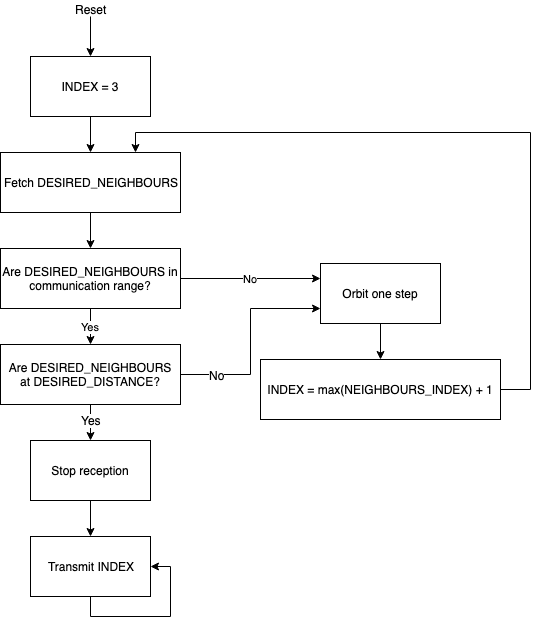
The draw.io diagram images/shape_formation.png in anuragg-in/kilobotics, before a commit. Source tidied: cells renumbered, new cells last; positions are measured from the earlier drawing's top-left corner, leaving out a move shared by most shapes.
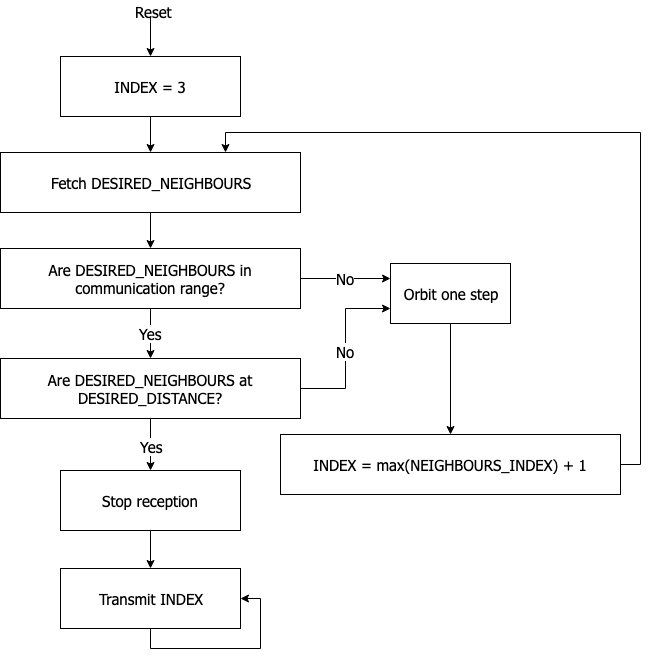
After the change.

Commit message:
code comments. shape formation update. added code to documentation.

The edit, as a diff of the source:
```diff
@@ -2,91 +2,86 @@
   <root>
     <mxCell id="0" />
     <mxCell id="1" parent="0" />
-    <mxCell id="2" style="edgeStyle=orthogonalEdgeStyle;rounded=0;jettySize=auto;html=1;labelBackgroundColor=#ffffff;" parent="1" edge="1" source="3" target="6">
+    <mxCell id="2" style="edgeStyle=orthogonalEdgeStyle;rounded=0;jettySize=auto;html=1;labelBackgroundColor=#ffffff;fontSize=15;fontFamily=Tahoma;" parent="1" edge="1" source="3" target="6">
       <mxGeometry relative="1" as="geometry" />
     </mxCell>
-    <mxCell id="3" value="INDEX = 3&lt;br&gt;" style="rounded=0;whiteSpace=wrap;html=1;labelBackgroundColor=#ffffff;" parent="1" vertex="1">
-      <mxGeometry x="30" y="56" width="120" height="60" as="geometry" />
+    <mxCell id="3" value="INDEX = 3&lt;br style=&quot;font-size: 15px;&quot;&gt;" style="rounded=0;whiteSpace=wrap;html=1;labelBackgroundColor=#ffffff;fontSize=15;fontFamily=Tahoma;" parent="1" vertex="1">
+      <mxGeometry y="56" width="180" height="60" as="geometry" />
     </mxCell>
-    <mxCell id="4" style="endArrow=classic;html=1;entryX=0.5;entryY=0;entryDx=0;entryDy=0;labelBackgroundColor=#ffffff;" parent="1" edge="1" target="3">
+    <mxCell id="4" style="endArrow=classic;html=1;entryX=0.5;entryY=0;entryDx=0;entryDy=0;labelBackgroundColor=#ffffff;fontSize=15;fontFamily=Tahoma;" parent="1" edge="1" target="3">
       <mxGeometry relative="1" as="geometry">
         <mxPoint x="90" y="16" as="sourcePoint" />
       </mxGeometry>
     </mxCell>
-    <mxCell id="5" style="edgeStyle=orthogonalEdgeStyle;rounded=0;jettySize=auto;html=1;labelBackgroundColor=#ffffff;" parent="1" edge="1" source="6" target="9">
+    <mxCell id="5" style="edgeStyle=orthogonalEdgeStyle;rounded=0;jettySize=auto;html=1;labelBackgroundColor=#ffffff;fontSize=15;fontFamily=Tahoma;" parent="1" edge="1" source="6" target="9">
       <mxGeometry relative="1" as="geometry" />
     </mxCell>
-    <mxCell id="6" value="Fetch DESIRED_NEIGHBOURS" style="rounded=0;whiteSpace=wrap;html=1;labelBackgroundColor=#ffffff;" parent="1" vertex="1">
-      <mxGeometry y="152" width="180" height="60" as="geometry" />
+    <mxCell id="6" value="Fetch DESIRED_NEIGHBOURS" style="rounded=0;whiteSpace=wrap;html=1;labelBackgroundColor=#ffffff;fontSize=15;fontFamily=Tahoma;" parent="1" vertex="1">
+      <mxGeometry x="-60" y="152" width="300" height="60" as="geometry" />
     </mxCell>
-    <mxCell id="7" value="Yes" style="edgeStyle=orthogonalEdgeStyle;rounded=0;jettySize=auto;html=1;labelBackgroundColor=#ffffff;" parent="1" edge="1" source="9" target="14">
+    <mxCell id="7" value="Yes" style="edgeStyle=orthogonalEdgeStyle;rounded=0;jettySize=auto;html=1;labelBackgroundColor=#ffffff;fontSize=15;fontFamily=Tahoma;" parent="1" edge="1" source="9" target="14">
       <mxGeometry relative="1" as="geometry" />
     </mxCell>
-    <mxCell id="8" value="No" style="edgeStyle=orthogonalEdgeStyle;rounded=0;orthogonalLoop=1;jettySize=auto;html=1;entryX=0;entryY=0.25;entryDx=0;entryDy=0;labelBackgroundColor=#ffffff;" parent="1" edge="1">
-      <mxGeometry relative="1" as="geometry">
-        <mxPoint x="180" y="278" as="sourcePoint" />
-        <mxPoint x="320" y="278" as="targetPoint" />
-      </mxGeometry>
+    <mxCell id="8" value="No" style="edgeStyle=orthogonalEdgeStyle;rounded=0;jettySize=auto;html=1;entryX=0;entryY=0.25;entryDx=0;entryDy=0;fontFamily=Tahoma;fontSize=15;" parent="1" edge="1" source="9" target="16">
+      <mxGeometry relative="1" as="geometry" />
     </mxCell>
-    <mxCell id="9" value="Are DESIRED_NEIGHBOURS in communication range?" style="rounded=0;whiteSpace=wrap;html=1;labelBackgroundColor=#ffffff;" parent="1" vertex="1">
-      <mxGeometry y="248" width="180" height="60" as="geometry" />
+    <mxCell id="9" value="Are DESIRED_NEIGHBOURS in communication range?" style="rounded=0;whiteSpace=wrap;html=1;labelBackgroundColor=#ffffff;fontSize=15;fontFamily=Tahoma;" parent="1" vertex="1">
+      <mxGeometry x="-60" y="248" width="300" height="60" as="geometry" />
     </mxCell>
-    <mxCell id="10" style="edgeStyle=orthogonalEdgeStyle;rounded=0;jettySize=auto;html=1;labelBackgroundColor=#ffffff;" parent="1" edge="1" source="14" target="20">
+    <mxCell id="10" style="edgeStyle=orthogonalEdgeStyle;rounded=0;jettySize=auto;html=1;labelBackgroundColor=#ffffff;fontSize=15;fontFamily=Tahoma;" parent="1" edge="1" source="14" target="20">
       <mxGeometry relative="1" as="geometry" />
     </mxCell>
-    <mxCell id="11" value="Yes" style="text;html=1;align=center;verticalAlign=middle;labelBackgroundColor=#ffffff;" parent="10" vertex="1">
+    <mxCell id="11" value="Yes" style="text;html=1;align=center;verticalAlign=middle;labelBackgroundColor=#ffffff;fontSize=15;fontFamily=Tahoma;" parent="10" vertex="1">
       <mxGeometry x="0.09" y="4" relative="1" as="geometry">
         <mxPoint x="-4" y="-1" as="offset" />
       </mxGeometry>
     </mxCell>
-    <mxCell id="12" style="edgeStyle=orthogonalEdgeStyle;rounded=0;jettySize=auto;html=1;entryX=0;entryY=0.75;entryDx=0;entryDy=0;labelBackgroundColor=#ffffff;" parent="1" edge="1" source="14" target="16">
+    <mxCell id="12" style="edgeStyle=orthogonalEdgeStyle;rounded=0;jettySize=auto;html=1;entryX=0;entryY=0.75;entryDx=0;entryDy=0;labelBackgroundColor=#ffffff;fontSize=15;fontFamily=Tahoma;" parent="1" edge="1" source="14" target="16">
       <mxGeometry relative="1" as="geometry" />
     </mxCell>
-    <mxCell id="13" value="No" style="text;html=1;align=center;verticalAlign=middle;labelBackgroundColor=#ffffff;" parent="12" vertex="1">
-      <mxGeometry x="-0.8" relative="1" as="geometry">
-        <mxPoint x="15" as="offset" />
-      </mxGeometry>
+    <mxCell id="13" value="No" style="text;html=1;align=center;verticalAlign=middle;labelBackgroundColor=#ffffff;fontSize=15;fontFamily=Tahoma;" parent="12" vertex="1">
+      <mxGeometry x="-0.03" y="1" relative="1" as="geometry" />
     </mxCell>
-    <mxCell id="14" value="Are DESIRED_NEIGHBOURS at DESIRED_DISTANCE?" style="rounded=0;whiteSpace=wrap;html=1;labelBackgroundColor=#ffffff;" parent="1" vertex="1">
-      <mxGeometry y="344" width="180" height="60" as="geometry" />
+    <mxCell id="14" value="Are DESIRED_NEIGHBOURS at DESIRED_DISTANCE?" style="rounded=0;whiteSpace=wrap;html=1;labelBackgroundColor=#ffffff;fontSize=15;fontFamily=Tahoma;" parent="1" vertex="1">
+      <mxGeometry x="-60" y="358" width="300" height="60" as="geometry" />
     </mxCell>
-    <mxCell id="15" style="edgeStyle=orthogonalEdgeStyle;rounded=0;jettySize=auto;html=1;labelBackgroundColor=#ffffff;" parent="1" edge="1" source="16" target="18">
+    <mxCell id="15" style="edgeStyle=orthogonalEdgeStyle;rounded=0;jettySize=auto;html=1;labelBackgroundColor=#ffffff;fontSize=15;fontFamily=Tahoma;" parent="1" edge="1" source="16" target="18">
       <mxGeometry relative="1" as="geometry" />
     </mxCell>
-    <mxCell id="16" value="Orbit one step" style="rounded=0;whiteSpace=wrap;html=1;labelBackgroundColor=#ffffff;" parent="1" vertex="1">
-      <mxGeometry x="320" y="263" width="120" height="60" as="geometry" />
+    <mxCell id="16" value="Orbit one step" style="rounded=0;whiteSpace=wrap;html=1;labelBackgroundColor=#ffffff;fontSize=15;fontFamily=Tahoma;" parent="1" vertex="1">
+      <mxGeometry x="330" y="263" width="120" height="60" as="geometry" />
     </mxCell>
-    <mxCell id="17" style="edgeStyle=orthogonalEdgeStyle;rounded=0;jettySize=auto;html=1;entryX=0.75;entryY=0;entryDx=0;entryDy=0;labelBackgroundColor=#ffffff;" parent="1" edge="1" source="18" target="6">
+    <mxCell id="17" style="edgeStyle=orthogonalEdgeStyle;rounded=0;jettySize=auto;html=1;entryX=0.75;entryY=0;entryDx=0;entryDy=0;fontFamily=Tahoma;fontSize=15;" parent="1" edge="1" source="18" target="6">
       <mxGeometry relative="1" as="geometry">
         <Array as="points">
-          <mxPoint x="530" y="389" />
-          <mxPoint x="530" y="132" />
-          <mxPoint x="135" y="132" />
+          <mxPoint x="580" y="464" />
+          <mxPoint x="580" y="132" />
+          <mxPoint x="165" y="132" />
         </Array>
       </mxGeometry>
     </mxCell>
-    <mxCell id="18" value="INDEX = max(NEIGHBOURS_INDEX) + 1" style="rounded=0;whiteSpace=wrap;html=1;labelBackgroundColor=#ffffff;" parent="1" vertex="1">
-      <mxGeometry x="260" y="359" width="240" height="60" as="geometry" />
+    <mxCell id="18" value="INDEX = max(NEIGHBOURS_INDEX) + 1" style="rounded=0;whiteSpace=wrap;html=1;labelBackgroundColor=#ffffff;fontSize=15;fontFamily=Tahoma;" parent="1" vertex="1">
+      <mxGeometry x="220" y="434" width="340" height="60" as="geometry" />
     </mxCell>
-    <mxCell id="19" style="edgeStyle=orthogonalEdgeStyle;rounded=0;jettySize=auto;html=1;labelBackgroundColor=#ffffff;" parent="1" edge="1" source="20" target="21">
+    <mxCell id="19" style="edgeStyle=orthogonalEdgeStyle;rounded=0;jettySize=auto;html=1;labelBackgroundColor=#ffffff;fontSize=15;fontFamily=Tahoma;" parent="1" edge="1" source="20" target="21">
       <mxGeometry relative="1" as="geometry" />
     </mxCell>
-    <mxCell id="20" value="Stop reception" style="rounded=0;whiteSpace=wrap;html=1;labelBackgroundColor=#ffffff;" parent="1" vertex="1">
-      <mxGeometry x="30" y="440" width="120" height="60" as="geometry" />
+    <mxCell id="20" value="Stop reception" style="rounded=0;whiteSpace=wrap;html=1;labelBackgroundColor=#ffffff;fontSize=15;fontFamily=Tahoma;" parent="1" vertex="1">
+      <mxGeometry y="470" width="180" height="60" as="geometry" />
     </mxCell>
-    <mxCell id="21" value="Transmit INDEX" style="rounded=0;whiteSpace=wrap;html=1;labelBackgroundColor=#ffffff;" parent="1" vertex="1">
-      <mxGeometry x="30" y="536" width="120" height="60" as="geometry" />
+    <mxCell id="21" value="Transmit INDEX" style="rounded=0;whiteSpace=wrap;html=1;labelBackgroundColor=#ffffff;fontSize=15;fontFamily=Tahoma;" parent="1" vertex="1">
+      <mxGeometry y="568" width="180" height="60" as="geometry" />
     </mxCell>
-    <mxCell id="22" style="edgeStyle=orthogonalEdgeStyle;rounded=0;orthogonalLoop=1;jettySize=auto;html=1;entryX=1;entryY=0.5;entryDx=0;entryDy=0;labelBackgroundColor=#ffffff;" parent="1" edge="1" source="21" target="21">
+    <mxCell id="22" style="edgeStyle=orthogonalEdgeStyle;rounded=0;orthogonalLoop=1;jettySize=auto;html=1;entryX=1;entryY=0.5;entryDx=0;entryDy=0;labelBackgroundColor=#ffffff;fontSize=15;fontFamily=Tahoma;" parent="1" edge="1" source="21" target="21">
       <mxGeometry relative="1" as="geometry">
         <Array as="points">
-          <mxPoint x="90" y="616" />
-          <mxPoint x="170" y="616" />
-          <mxPoint x="170" y="566" />
+          <mxPoint x="90" y="648" />
+          <mxPoint x="200" y="648" />
+          <mxPoint x="200" y="598" />
         </Array>
       </mxGeometry>
     </mxCell>
-    <mxCell id="23" value="Reset" style="text;html=1;align=left;verticalAlign=top;spacingTop=-4;" parent="1" vertex="1">
+    <mxCell id="23" value="Reset" style="text;html=1;align=left;verticalAlign=top;spacingTop=-4;fontSize=15;fontFamily=Tahoma;" parent="1" vertex="1">
       <mxGeometry x="73" width="50" height="20" as="geometry" />
     </mxCell>
   </root>
```
